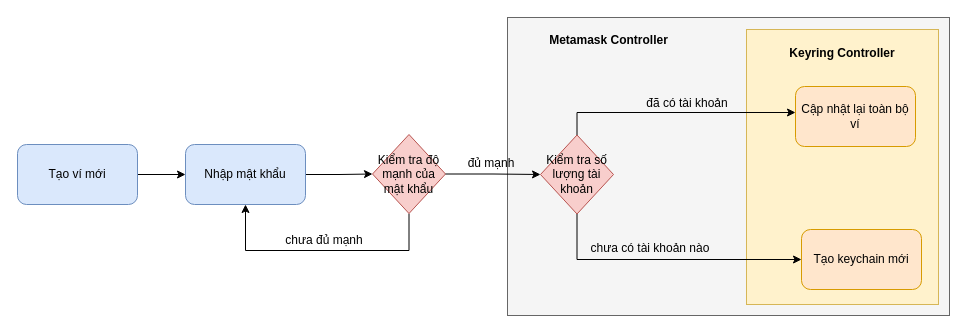
The draw.io diagram page "create-wallet" (1 of 3) of documents/metamask.drawio in phamhongphuc1999/web-practice, before the edit. Source tidied: cells renumbered, new cells numbered last; positions are measured from the earlier drawing's top-left corner, leaving out a move shared by most shapes. Both pictures are drawn from the tidied source at 100%, with x=0, y=0 at pixel (17, 17).
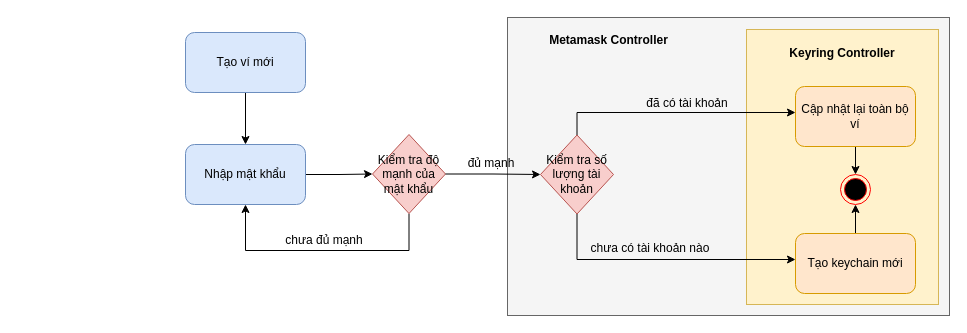
After the change.

Unchanged cells that the change refers to:
```xml
<mxCell id="15" value="Cập nhật lại toàn bộ ví" style="rounded=1;whiteSpace=wrap;html=1;fillColor=#ffe6cc;strokeColor=#d79b00;" parent="1" vertex="1">
  <mxGeometry x="778" y="69" width="120" height="60" as="geometry" />
</mxCell>
```

The edit, as a diff of the source:
```diff
@@
     <mxCell id="3" value="Tạo ví mới" style="rounded=1;whiteSpace=wrap;html=1;fillColor=#dae8fc;strokeColor=#6c8ebf;" parent="1" vertex="1">
-      <mxGeometry y="127" width="120" height="60" as="geometry" />
+      <mxGeometry x="168" y="15" width="120" height="60" as="geometry" />
     </mxCell>
@@
+    <mxCell id="22" style="edgeStyle=orthogonalEdgeStyle;rounded=0;jettySize=auto;html=1;" parent="1" edge="1" source="15" target="24">
+      <mxGeometry relative="1" as="geometry" />
+    </mxCell>
@@
+    <mxCell id="23" style="edgeStyle=orthogonalEdgeStyle;rounded=0;jettySize=auto;html=1;" parent="1" edge="1" source="16" target="24">
+      <mxGeometry relative="1" as="geometry" />
+    </mxCell>
     <mxCell id="16" value="Tạo keychain mới" style="rounded=1;whiteSpace=wrap;html=1;fillColor=#ffe6cc;strokeColor=#d79b00;" parent="1" vertex="1">
-      <mxGeometry x="784" y="212" width="120" height="60" as="geometry" />
+      <mxGeometry x="778" y="216" width="120" height="60" as="geometry" />
     </mxCell>
@@
+    <mxCell id="24" style="ellipse;html=1;shape=endState;fillColor=#000000;strokeColor=#ff0000;" parent="1" vertex="1">
+      <mxGeometry x="823" y="157" width="30" height="30" as="geometry" />
+    </mxCell>
```
